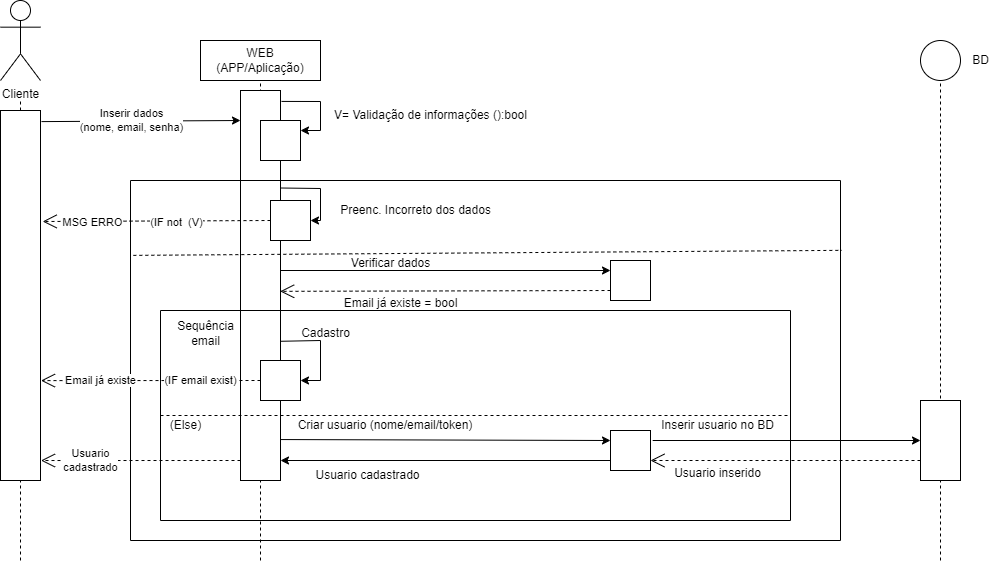
The draw.io diagram diagramadeatividade.png in LukaPaganoti/TCC-CEEP, before a commit. Source tidied: cells renumbered, new cells last; positions are measured from the earlier drawing's top-left corner, leaving out a move shared by most shapes.
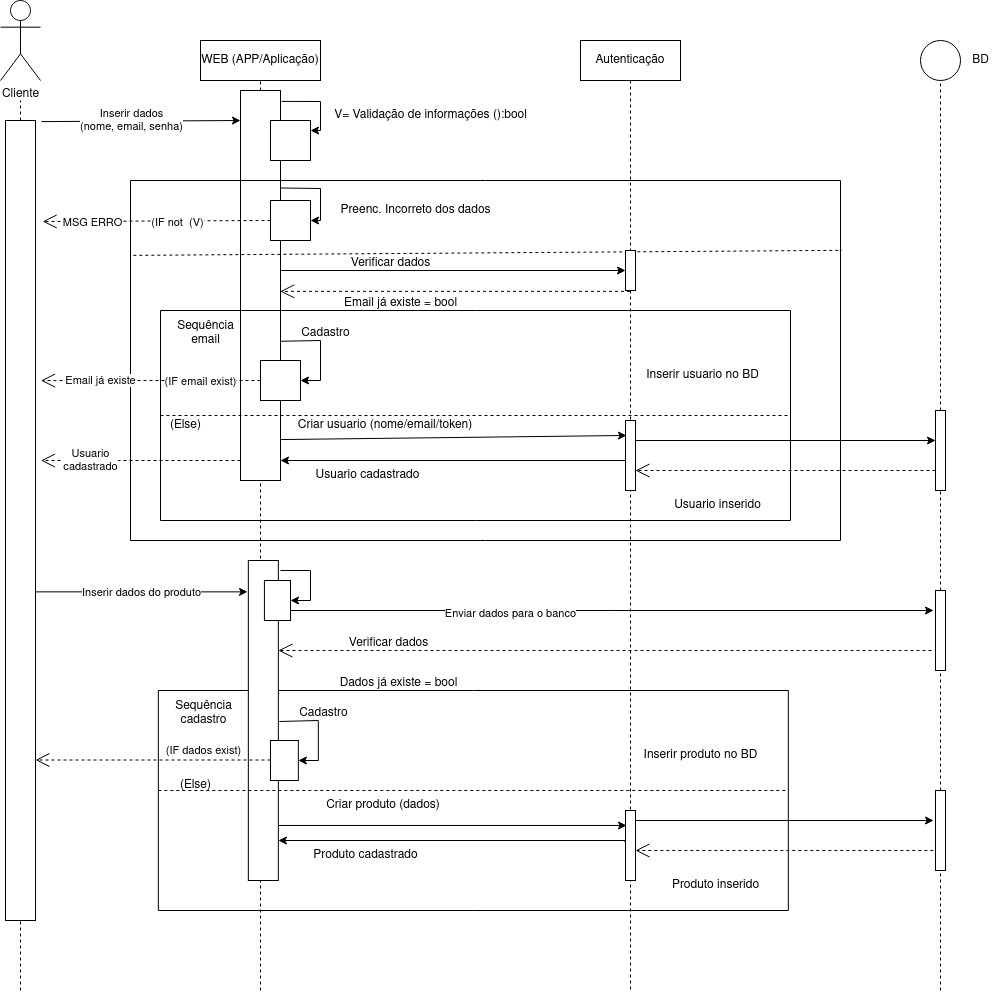
The same file after the commit.

Change to the diagram source:
```diff
@@ -4,5 +4,4 @@
     <mxCell id="1" parent="0" />
-    <mxCell id="2" style="endArrow=none;dashed=1;html=1;rounded=0;" parent="1" edge="1">
+    <mxCell id="2" style="endArrow=none;dashed=1;html=1;rounded=0;" parent="1" edge="1" source="53">
       <mxGeometry relative="1" as="geometry">
-        <mxPoint x="940" y="560" as="sourcePoint" />
         <mxPoint x="940" y="80" as="targetPoint" />
@@ -10,5 +9,4 @@
     </mxCell>
-    <mxCell id="3" style="endArrow=none;dashed=1;html=1;rounded=0;" parent="1" edge="1">
+    <mxCell id="3" style="endArrow=none;dashed=1;html=1;rounded=0;" parent="1" edge="1" source="56">
       <mxGeometry relative="1" as="geometry">
-        <mxPoint x="20" y="560" as="sourcePoint" />
         <mxPoint x="20" y="100" as="targetPoint" />
@@ -18,3 +16,3 @@
       <mxGeometry relative="1" as="geometry">
-        <mxPoint x="260" y="560" as="sourcePoint" />
+        <mxPoint x="260" y="990" as="sourcePoint" />
       </mxGeometry>
@@ -24,7 +22,5 @@
     </mxCell>
-    <mxCell id="6" style="rounded=0;whiteSpace=wrap;html=1;direction=south;" parent="1" vertex="1">
-      <mxGeometry y="110" width="40" height="370" as="geometry" />
-    </mxCell>
-    <mxCell id="7" style="endArrow=classic;html=1;rounded=0;exitX=0.03;exitY=-0.025;exitDx=0;exitDy=0;exitPerimeter=0;" parent="1" edge="1" source="6">
+    <mxCell id="7" style="endArrow=classic;html=1;rounded=0;exitX=0.03;exitY=-0.025;exitDx=0;exitDy=0;exitPerimeter=0;" parent="1" edge="1">
       <mxGeometry relative="1" as="geometry">
+        <mxPoint x="41" y="121.1" as="sourcePoint" />
         <mxPoint x="240" y="120" as="targetPoint" />
@@ -41,3 +37,3 @@
     <mxCell id="10" style="rounded=0;whiteSpace=wrap;html=1;" parent="1" vertex="1">
-      <mxGeometry x="260" y="120" width="40" height="40" as="geometry" />
+      <mxGeometry x="270" y="120" width="40" height="40" as="geometry" />
     </mxCell>
@@ -80,5 +76,2 @@
     </mxCell>
-    <mxCell id="20" style="whiteSpace=wrap;html=1;" parent="16" vertex="1">
-      <mxGeometry x="450" y="120" width="40" height="40" as="geometry" />
-    </mxCell>
     <mxCell id="21" value="Usuario cadastrado" style="text;html=1;strokeColor=none;fillColor=none;align=center;verticalAlign=middle;whiteSpace=wrap;rounded=0;" parent="16" vertex="1">
@@ -90,7 +83,12 @@
     <mxCell id="23" value="Inserir usuario no BD" style="text;html=1;align=center;verticalAlign=middle;points=[];strokeColor=none;fillColor=none;" parent="16" vertex="1">
-      <mxGeometry x="487" y="100" width="140" height="30" as="geometry" />
+      <mxGeometry x="472" y="50" width="140" height="30" as="geometry" />
     </mxCell>
     <mxCell id="24" value="Usuario inserido" style="text;html=1;align=center;verticalAlign=middle;strokeColor=none;fillColor=none;" parent="16" vertex="1">
-      <mxGeometry x="502" y="148" width="110" height="30" as="geometry" />
+      <mxGeometry x="502" y="180" width="110" height="30" as="geometry" />
     </mxCell>
+    <mxCell id="44" style="endArrow=classic;html=1;rounded=0;" parent="16" edge="1" target="53">
+      <mxGeometry relative="1" as="geometry">
+        <mxPoint x="472" y="130" as="sourcePoint" />
+      </mxGeometry>
+    </mxCell>
     <mxCell id="25" style="rounded=0;whiteSpace=wrap;html=1;" parent="14" vertex="1">
@@ -98,5 +96,2 @@
     </mxCell>
-    <mxCell id="26" style="whiteSpace=wrap;html=1;" parent="14" vertex="1">
-      <mxGeometry x="480" y="80" width="40" height="40" as="geometry" />
-    </mxCell>
     <mxCell id="27" value="Email já existe = bool" style="text;html=1;align=center;verticalAlign=middle;strokeColor=none;fillColor=none;" parent="14" vertex="1">
@@ -107,4 +102,6 @@
     </mxCell>
-    <mxCell id="29" style="endArrow=open;endSize=12;dashed=1;html=1;rounded=0;entryX=0.3;entryY=-0.054;entryDx=0;entryDy=0;entryPerimeter=0;exitX=0;exitY=0.5;exitDx=0;exitDy=0;" parent="1" edge="1" source="25" target="6">
-      <mxGeometry relative="1" as="geometry" />
+    <mxCell id="29" style="endArrow=open;endSize=12;dashed=1;html=1;rounded=0;entryX=0.3;entryY=-0.054;entryDx=0;entryDy=0;entryPerimeter=0;exitX=0;exitY=0.5;exitDx=0;exitDy=0;" parent="1" edge="1" source="25">
+      <mxGeometry relative="1" as="geometry">
+        <mxPoint x="42.2" y="221" as="targetPoint" />
+      </mxGeometry>
     </mxCell>
@@ -126,4 +123,6 @@
     </mxCell>
-    <mxCell id="34" value="Email já existe" style="endArrow=open;endSize=12;dashed=1;html=1;rounded=0;exitX=0;exitY=0.5;exitDx=0;exitDy=0;entryX=0.73;entryY=-0.012;entryDx=0;entryDy=0;entryPerimeter=0;" parent="1" edge="1" source="11" target="6">
-      <mxGeometry x="0.46" relative="1" as="geometry" />
+    <mxCell id="34" value="Email já existe" style="endArrow=open;endSize=12;dashed=1;html=1;rounded=0;exitX=0;exitY=0.5;exitDx=0;exitDy=0;entryX=0.73;entryY=-0.012;entryDx=0;entryDy=0;entryPerimeter=0;" parent="1" edge="1" source="11">
+      <mxGeometry x="0.46" relative="1" as="geometry">
+        <mxPoint x="40.5" y="380.1" as="targetPoint" />
+      </mxGeometry>
     </mxCell>
@@ -145,3 +144,3 @@
     </mxCell>
-    <mxCell id="38" style="endArrow=classic;html=1;rounded=0;entryX=0;entryY=0.25;entryDx=0;entryDy=0;" parent="1" edge="1" target="26">
+    <mxCell id="38" style="endArrow=classic;html=1;rounded=0;" parent="1" edge="1" target="50">
       <mxGeometry relative="1" as="geometry">
@@ -150,3 +149,3 @@
     </mxCell>
-    <mxCell id="39" style="endArrow=open;endSize=12;dashed=1;html=1;rounded=0;exitX=0;exitY=0.75;exitDx=0;exitDy=0;entryX=0.515;entryY=0.008;entryDx=0;entryDy=0;entryPerimeter=0;" parent="1" edge="1" source="26" target="9">
+    <mxCell id="39" style="endArrow=open;endSize=12;dashed=1;html=1;rounded=0;entryX=0.515;entryY=0.008;entryDx=0;entryDy=0;entryPerimeter=0;" parent="1" edge="1" source="49" target="9">
       <mxGeometry relative="1" as="geometry" />
@@ -156,11 +155,12 @@
     </mxCell>
-    <mxCell id="41" value="Usuario &lt;br&gt;cadastrado" style="endArrow=open;endSize=12;dashed=1;html=1;rounded=0;entryX=0.946;entryY=-0.012;entryDx=0;entryDy=0;entryPerimeter=0;" parent="1" edge="1" target="6">
+    <mxCell id="41" value="Usuario &lt;br&gt;cadastrado" style="endArrow=open;endSize=12;dashed=1;html=1;rounded=0;entryX=0.946;entryY=-0.012;entryDx=0;entryDy=0;entryPerimeter=0;" parent="1" edge="1">
       <mxGeometry x="0.5" relative="1" as="geometry">
         <mxPoint x="240" y="460" as="sourcePoint" />
+        <mxPoint x="40.5" y="460" as="targetPoint" />
       </mxGeometry>
     </mxCell>
-    <mxCell id="42" style="endArrow=classic;html=1;rounded=0;entryX=0;entryY=0.25;entryDx=0;entryDy=0;exitX=0.895;exitY=-0.013;exitDx=0;exitDy=0;exitPerimeter=0;" parent="1" edge="1" source="9" target="20">
+    <mxCell id="42" style="endArrow=classic;html=1;rounded=0;exitX=0.895;exitY=-0.013;exitDx=0;exitDy=0;exitPerimeter=0;entryX=0.1;entryY=0.214;entryDx=0;entryDy=0;entryPerimeter=0;" parent="1" edge="1" source="9" target="51">
       <mxGeometry relative="1" as="geometry" />
     </mxCell>
-    <mxCell id="43" style="endArrow=classic;html=1;rounded=0;exitX=0;exitY=0.75;exitDx=0;exitDy=0;" parent="1" edge="1" source="20">
+    <mxCell id="43" style="endArrow=classic;html=1;rounded=0;" parent="1" edge="1" source="49">
       <mxGeometry relative="1" as="geometry">
@@ -169,11 +169,7 @@
     </mxCell>
-    <mxCell id="44" style="endArrow=classic;html=1;rounded=0;exitX=0.037;exitY=1;exitDx=0;exitDy=0;exitPerimeter=0;entryX=0.5;entryY=1;entryDx=0;entryDy=0;" parent="1" edge="1" source="23" target="46">
-      <mxGeometry relative="1" as="geometry" />
-    </mxCell>
-    <mxCell id="45" style="endArrow=open;endSize=12;dashed=1;html=1;rounded=0;entryX=1;entryY=0.75;entryDx=0;entryDy=0;exitX=0.75;exitY=1;exitDx=0;exitDy=0;" parent="1" edge="1" source="46" target="20">
-      <mxGeometry relative="1" as="geometry" />
+    <mxCell id="45" style="endArrow=open;endSize=12;dashed=1;html=1;rounded=0;" parent="1" edge="1" target="51">
+      <mxGeometry relative="1" as="geometry">
+        <mxPoint x="935" y="470" as="sourcePoint" />
+      </mxGeometry>
     </mxCell>
-    <mxCell id="46" style="rounded=0;whiteSpace=wrap;html=1;direction=south;" parent="1" vertex="1">
-      <mxGeometry x="920" y="400" width="40" height="80" as="geometry" />
-    </mxCell>
     <mxCell id="47" style="ellipse;whiteSpace=wrap;html=1;" parent="1" vertex="1">
@@ -184,2 +180,163 @@
     </mxCell>
+    <mxCell id="49" value="Autenticação" style="shape=umlLifeline;perimeter=lifelinePerimeter;whiteSpace=wrap;html=1;outlineConnect=0;portConstraint=eastwest;newEdgeStyle={&quot;curved&quot;:0,&quot;rounded&quot;:0};" parent="1" vertex="1">
+      <mxGeometry x="580" y="40" width="100" height="950" as="geometry" />
+    </mxCell>
+    <mxCell id="50" style="html=1;points=[[0,0,0,0,5],[0,1,0,0,-5],[1,0,0,0,5],[1,1,0,0,-5]];perimeter=orthogonalPerimeter;outlineConnect=0;targetShapes=umlLifeline;portConstraint=eastwest;newEdgeStyle={&quot;curved&quot;:0,&quot;rounded&quot;:0};" parent="49" vertex="1">
+      <mxGeometry x="45" y="210" width="10" height="40" as="geometry" />
+    </mxCell>
+    <mxCell id="51" style="html=1;points=[[0,0,0,0,5],[0,1,0,0,-5],[1,0,0,0,5],[1,1,0,0,-5]];perimeter=orthogonalPerimeter;outlineConnect=0;targetShapes=umlLifeline;portConstraint=eastwest;newEdgeStyle={&quot;curved&quot;:0,&quot;rounded&quot;:0};" parent="49" vertex="1">
+      <mxGeometry x="45" y="380" width="10" height="70" as="geometry" />
+    </mxCell>
+    <mxCell id="52" style="endArrow=none;dashed=1;html=1;rounded=0;" parent="1" edge="1" source="85" target="53">
+      <mxGeometry relative="1" as="geometry" />
+    </mxCell>
+    <mxCell id="53" style="html=1;points=[[0,0,0,0,5],[0,1,0,0,-5],[1,0,0,0,5],[1,1,0,0,-5]];perimeter=orthogonalPerimeter;outlineConnect=0;targetShapes=umlLifeline;portConstraint=eastwest;newEdgeStyle={&quot;curved&quot;:0,&quot;rounded&quot;:0};" parent="1" vertex="1">
+      <mxGeometry x="935" y="410" width="10" height="80" as="geometry" />
+    </mxCell>
+    <mxCell id="54" style="endArrow=none;dashed=1;html=1;rounded=0;" parent="1" edge="1">
+      <mxGeometry relative="1" as="geometry">
+        <mxPoint x="20" y="990" as="sourcePoint" />
+        <mxPoint x="20" y="590" as="targetPoint" />
+      </mxGeometry>
+    </mxCell>
+    <mxCell id="55" style="endArrow=none;dashed=1;html=1;rounded=0;" parent="1" edge="1" target="56">
+      <mxGeometry relative="1" as="geometry">
+        <mxPoint x="20" y="500" as="sourcePoint" />
+      </mxGeometry>
+    </mxCell>
+    <mxCell id="56" style="html=1;points=[[0,0,0,0,5],[0,1,0,0,-5],[1,0,0,0,5],[1,1,0,0,-5]];perimeter=orthogonalPerimeter;outlineConnect=0;targetShapes=umlLifeline;portConstraint=eastwest;newEdgeStyle={&quot;curved&quot;:0,&quot;rounded&quot;:0};" parent="1" vertex="1">
+      <mxGeometry x="5" y="120" width="30" height="800" as="geometry" />
+    </mxCell>
+    <mxCell id="57" style="swimlane;startSize=0;" parent="1" vertex="1">
+      <mxGeometry x="157.8" y="690" width="630" height="220" as="geometry" />
+    </mxCell>
+    <mxCell id="58" style="html=1;points=[[0,0,0,0,5],[0,1,0,0,-5],[1,0,0,0,5],[1,1,0,0,-5]];perimeter=orthogonalPerimeter;outlineConnect=0;targetShapes=umlLifeline;portConstraint=eastwest;newEdgeStyle={&quot;curved&quot;:0,&quot;rounded&quot;:0};" parent="57" vertex="1">
+      <mxGeometry x="90" y="-130" width="30" height="320" as="geometry" />
+    </mxCell>
+    <mxCell id="59" value="&lt;div&gt;Sequência&lt;/div&gt;&lt;div&gt;cadastro&lt;/div&gt;" style="text;html=1;align=center;verticalAlign=middle;strokeColor=none;fillColor=none;" parent="57" vertex="1">
+      <mxGeometry x="5" y="3" width="80" height="40" as="geometry" />
+    </mxCell>
+    <mxCell id="60" value="Cadastro" style="text;html=1;align=center;verticalAlign=middle;strokeColor=none;fillColor=none;" parent="57" vertex="1">
+      <mxGeometry x="130" y="8" width="70" height="30" as="geometry" />
+    </mxCell>
+    <mxCell id="61" value="(Else)" style="text;html=1;align=center;verticalAlign=middle;strokeColor=none;fillColor=none;" parent="57" vertex="1">
+      <mxGeometry x="12.2" y="80" width="50" height="30" as="geometry" />
+    </mxCell>
+    <mxCell id="62" value="Produto cadastrado" style="text;html=1;strokeColor=none;fillColor=none;align=center;verticalAlign=middle;whiteSpace=wrap;rounded=0;" parent="57" vertex="1">
+      <mxGeometry x="150" y="150" width="115" height="30" as="geometry" />
+    </mxCell>
+    <mxCell id="63" value="Criar produto (dados)" style="text;html=1;strokeColor=none;fillColor=none;align=center;verticalAlign=middle;whiteSpace=wrap;rounded=0;" parent="57" vertex="1">
+      <mxGeometry x="130" y="100" width="190" height="30" as="geometry" />
+    </mxCell>
+    <mxCell id="64" value="Inserir produto no BD" style="text;html=1;align=center;verticalAlign=middle;strokeColor=none;fillColor=none;" parent="57" vertex="1">
+      <mxGeometry x="472" y="50" width="140" height="30" as="geometry" />
+    </mxCell>
+    <mxCell id="65" value="Produto inserido" style="text;html=1;align=center;verticalAlign=middle;strokeColor=none;fillColor=none;" parent="57" vertex="1">
+      <mxGeometry x="502" y="180" width="110" height="30" as="geometry" />
+    </mxCell>
+    <mxCell id="66" style="endArrow=classic;html=1;rounded=0;" parent="57" edge="1">
+      <mxGeometry relative="1" as="geometry">
+        <mxPoint x="472" y="130" as="sourcePoint" />
+        <mxPoint x="775.2" y="130" as="targetPoint" />
+      </mxGeometry>
+    </mxCell>
+    <mxCell id="67" value="(IF dados exist)" style="edgeLabel;html=1;align=center;verticalAlign=middle;" parent="57" vertex="1">
+      <mxGeometry x="45" y="60" as="geometry" />
+    </mxCell>
+    <mxCell id="68" style="endArrow=none;dashed=1;html=1;rounded=0;exitX=0;exitY=0.5;exitDx=0;exitDy=0;entryX=1;entryY=0.5;entryDx=0;entryDy=0;" parent="57" edge="1">
+      <mxGeometry relative="1" as="geometry">
+        <mxPoint y="100" as="sourcePoint" />
+        <mxPoint x="630" y="100" as="targetPoint" />
+      </mxGeometry>
+    </mxCell>
+    <mxCell id="69" style="rounded=0;whiteSpace=wrap;html=1;" parent="1" vertex="1">
+      <mxGeometry x="263.9" y="580" width="26.1" height="40" as="geometry" />
+    </mxCell>
+    <mxCell id="70" value="&lt;div&gt;Dados já existe = bool&lt;/div&gt;" style="text;html=1;align=center;verticalAlign=middle;strokeColor=none;fillColor=none;" parent="1" vertex="1">
+      <mxGeometry x="327.8" y="668" width="140" height="30" as="geometry" />
+    </mxCell>
+    <mxCell id="71" style="endArrow=classic;html=1;rounded=0;exitX=0.643;exitY=-0.013;exitDx=0;exitDy=0;exitPerimeter=0;entryX=1;entryY=0.5;entryDx=0;entryDy=0;" parent="1" edge="1" target="79">
+      <mxGeometry relative="1" as="geometry">
+        <mxPoint x="278.8" y="721" as="sourcePoint" />
+        <Array as="points">
+          <mxPoint x="317.8" y="720" />
+          <mxPoint x="317.8" y="760" />
+        </Array>
+      </mxGeometry>
+    </mxCell>
+    <mxCell id="72" style="endArrow=classic;html=1;rounded=0;" parent="1" edge="1">
+      <mxGeometry relative="1" as="geometry">
+        <mxPoint x="290" y="610" as="sourcePoint" />
+        <mxPoint x="933" y="610" as="targetPoint" />
+      </mxGeometry>
+    </mxCell>
+    <mxCell id="73" value="Enviar dados para o banco" style="edgeLabel;html=1;align=center;verticalAlign=middle;" parent="72" vertex="1">
+      <mxGeometry x="-0.32" y="-2" relative="1" as="geometry" />
+    </mxCell>
+    <mxCell id="74" style="endArrow=open;endSize=12;dashed=1;html=1;rounded=0;exitX=-0.4;exitY=0.75;exitDx=0;exitDy=0;exitPerimeter=0;" parent="1" edge="1" source="85" target="58">
+      <mxGeometry relative="1" as="geometry" />
+    </mxCell>
+    <mxCell id="75" value="Verificar dados" style="text;html=1;align=center;verticalAlign=middle;strokeColor=none;fillColor=none;" parent="1" vertex="1">
+      <mxGeometry x="337.8" y="628" width="100" height="30" as="geometry" />
+    </mxCell>
+    <mxCell id="76" style="endArrow=classic;html=1;rounded=0;entryX=0.1;entryY=0.214;entryDx=0;entryDy=0;entryPerimeter=0;" parent="1" edge="1" source="58" target="89">
+      <mxGeometry relative="1" as="geometry" />
+    </mxCell>
+    <mxCell id="77" style="endArrow=classic;html=1;rounded=0;" parent="1" edge="1" source="89">
+      <mxGeometry relative="1" as="geometry">
+        <mxPoint x="277.8" y="840" as="targetPoint" />
+      </mxGeometry>
+    </mxCell>
+    <mxCell id="78" style="endArrow=open;endSize=12;dashed=1;html=1;rounded=0;" parent="1" edge="1" target="89">
+      <mxGeometry relative="1" as="geometry">
+        <mxPoint x="932.8" y="850" as="sourcePoint" />
+      </mxGeometry>
+    </mxCell>
+    <mxCell id="79" style="rounded=0;whiteSpace=wrap;html=1;" parent="1" vertex="1">
+      <mxGeometry x="270" y="740" width="27.8" height="40" as="geometry" />
+    </mxCell>
+    <mxCell id="80" style="endArrow=classic;html=1;rounded=0;entryX=-0.028;entryY=0.098;entryDx=0;entryDy=0;entryPerimeter=0;" parent="1" edge="1" source="56" target="58">
+      <mxGeometry relative="1" as="geometry" />
+    </mxCell>
+    <mxCell id="81" value="Inserir dados do produto" style="edgeLabel;html=1;align=center;verticalAlign=middle;" parent="80" vertex="1">
+      <mxGeometry x="0.08" y="3" relative="1" as="geometry">
+        <mxPoint x="-9" y="3" as="offset" />
+      </mxGeometry>
+    </mxCell>
+    <mxCell id="82" style="endArrow=classic;html=1;rounded=0;entryX=1;entryY=0.5;entryDx=0;entryDy=0;" parent="1" edge="1" target="69">
+      <mxGeometry relative="1" as="geometry">
+        <mxPoint x="280" y="570" as="sourcePoint" />
+        <Array as="points">
+          <mxPoint x="310" y="570" />
+          <mxPoint x="310" y="600" />
+        </Array>
+      </mxGeometry>
+    </mxCell>
+    <mxCell id="83" style="endArrow=open;endSize=12;dashed=1;html=1;rounded=0;" parent="1" edge="1" target="56">
+      <mxGeometry relative="1" as="geometry">
+        <mxPoint x="270" y="759.5" as="sourcePoint" />
+      </mxGeometry>
+    </mxCell>
+    <mxCell id="84" style="endArrow=none;dashed=1;html=1;rounded=0;" parent="1" edge="1" source="87" target="85">
+      <mxGeometry relative="1" as="geometry" />
+    </mxCell>
+    <mxCell id="85" style="html=1;points=[[0,0,0,0,5],[0,1,0,0,-5],[1,0,0,0,5],[1,1,0,0,-5]];perimeter=orthogonalPerimeter;outlineConnect=0;targetShapes=umlLifeline;portConstraint=eastwest;newEdgeStyle={&quot;curved&quot;:0,&quot;rounded&quot;:0};" parent="1" vertex="1">
+      <mxGeometry x="935" y="590" width="10" height="80" as="geometry" />
+    </mxCell>
+    <mxCell id="86" style="endArrow=none;dashed=1;html=1;rounded=0;" parent="1" edge="1" target="87">
+      <mxGeometry relative="1" as="geometry">
+        <mxPoint x="940" y="990" as="sourcePoint" />
+      </mxGeometry>
+    </mxCell>
+    <mxCell id="87" style="html=1;points=[[0,0,0,0,5],[0,1,0,0,-5],[1,0,0,0,5],[1,1,0,0,-5]];perimeter=orthogonalPerimeter;outlineConnect=0;targetShapes=umlLifeline;portConstraint=eastwest;newEdgeStyle={&quot;curved&quot;:0,&quot;rounded&quot;:0};" parent="1" vertex="1">
+      <mxGeometry x="935" y="790" width="10" height="80" as="geometry" />
+    </mxCell>
+    <mxCell id="88" style="endArrow=classic;html=1;rounded=0;" parent="1" edge="1" target="89">
+      <mxGeometry relative="1" as="geometry">
+        <mxPoint x="627.8" y="840" as="sourcePoint" />
+      </mxGeometry>
+    </mxCell>
+    <mxCell id="89" style="html=1;points=[[0,0,0,0,5],[0,1,0,0,-5],[1,0,0,0,5],[1,1,0,0,-5]];perimeter=orthogonalPerimeter;outlineConnect=0;targetShapes=umlLifeline;portConstraint=eastwest;newEdgeStyle={&quot;curved&quot;:0,&quot;rounded&quot;:0};" parent="1" vertex="1">
+      <mxGeometry x="625" y="810" width="10" height="70" as="geometry" />
+    </mxCell>
   </root>
```
